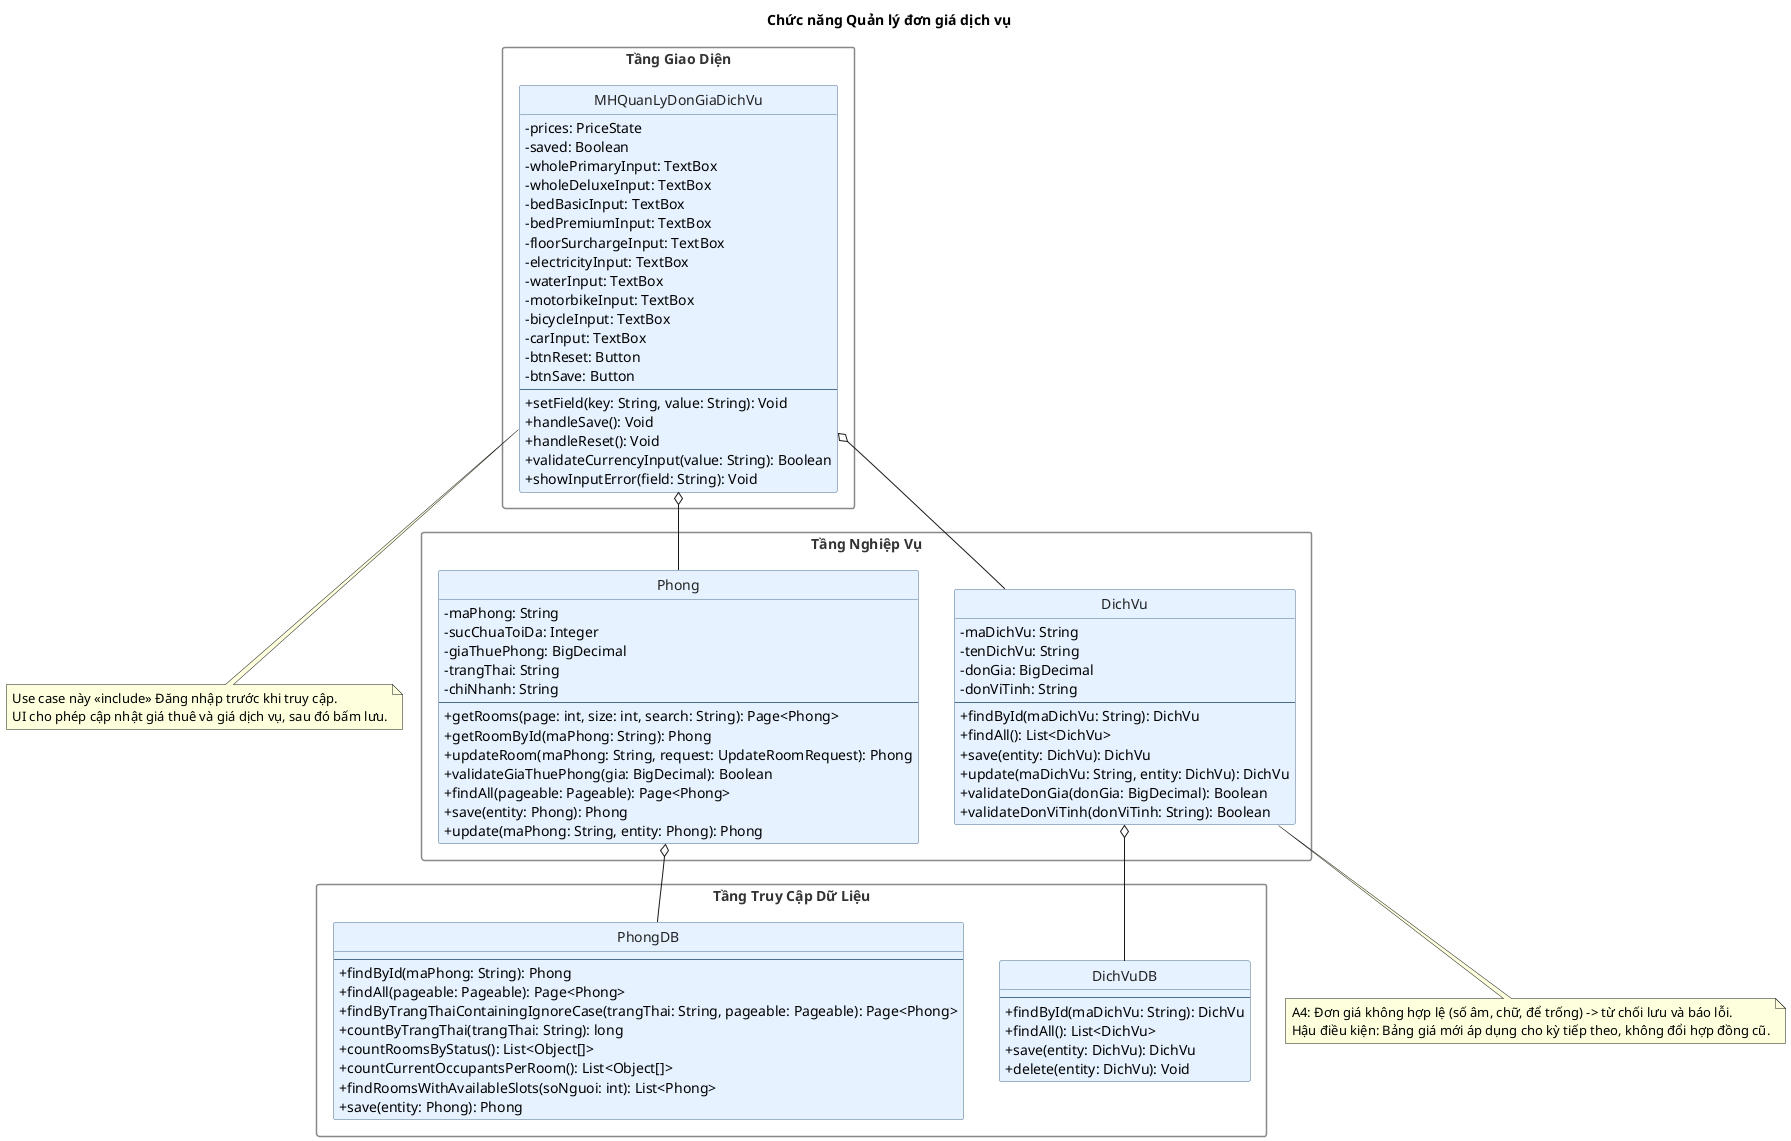
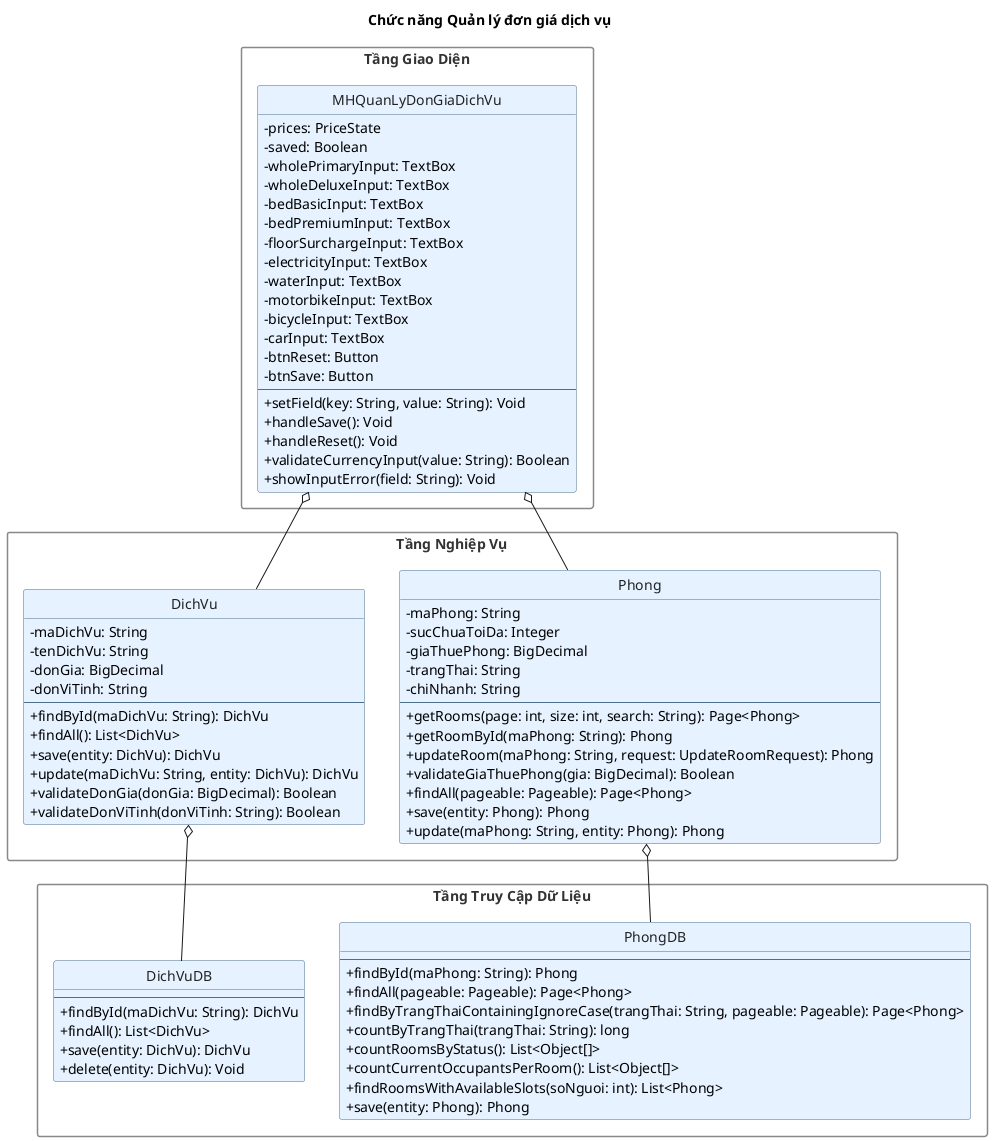
@startuml
title Chức năng Quản lý đơn giá dịch vụ

hide circle
skinparam shadowing false
skinparam classAttributeIconSize 0

skinparam class {
	BorderColor #4C6E8B
	BackgroundColor #E6F2FF
	FontColor #222222
}

skinparam package {
	BorderColor #888888
	FontColor #333333
	FontSize 14
	Style rectangle
}

' ================= TẦNG GIAO DIỆN =================
package "Tầng Giao Diện" as UI_Layer {
class MHQuanLyDonGiaDichVu {
	' Presentation (Settings.tsx - PriceTab)
	-prices: PriceState
	-saved: Boolean
	-wholePrimaryInput: TextBox
	-wholeDeluxeInput: TextBox
	-bedBasicInput: TextBox
	-bedPremiumInput: TextBox
	-floorSurchargeInput: TextBox
	-electricityInput: TextBox
	-waterInput: TextBox
	-motorbikeInput: TextBox
	-bicycleInput: TextBox
	-carInput: TextBox
	-btnReset: Button
	-btnSave: Button
	--
	+setField(key: String, value: String): Void
	+handleSave(): Void
	+handleReset(): Void
	+validateCurrencyInput(value: String): Boolean
	+showInputError(field: String): Void
}
}

' ================= TẦNG NGHIỆP VỤ =================
package "Tầng Nghiệp Vụ" as BLL_Layer {

class Phong {
	' Entity + Service (room rent pricing)
	-maPhong: String
	-sucChuaToiDa: Integer
	-giaThuePhong: BigDecimal
	-trangThai: String
	-chiNhanh: String
	--
	+getRooms(page: int, size: int, search: String): Page<Phong>
	+getRoomById(maPhong: String): Phong
	+updateRoom(maPhong: String, request: UpdateRoomRequest): Phong
	+validateGiaThuePhong(gia: BigDecimal): Boolean
	+findAll(pageable: Pageable): Page<Phong>
	+save(entity: Phong): Phong
	+update(maPhong: String, entity: Phong): Phong
}

class DichVu {
	' Entity + Service (service pricing)
	-maDichVu: String
	-tenDichVu: String
	-donGia: BigDecimal
	-donViTinh: String
	--
	+findById(maDichVu: String): DichVu
	+findAll(): List<DichVu>
	+save(entity: DichVu): DichVu
	+update(maDichVu: String, entity: DichVu): DichVu
	+validateDonGia(donGia: BigDecimal): Boolean
	+validateDonViTinh(donViTinh: String): Boolean
}
}

' ================= TẦNG TRUY CẬP DỮ LIỆU =================
package "Tầng Truy Cập Dữ Liệu" as DAL_Layer {

class PhongDB {
	' Repository (PhongRepository)
	--
	+findById(maPhong: String): Phong
	+findAll(pageable: Pageable): Page<Phong>
	+findByTrangThaiContainingIgnoreCase(trangThai: String, pageable: Pageable): Page<Phong>
	+countByTrangThai(trangThai: String): long
	+countRoomsByStatus(): List<Object[]>
	+countCurrentOccupantsPerRoom(): List<Object[]>
	+findRoomsWithAvailableSlots(soNguoi: int): List<Phong>
	+save(entity: Phong): Phong
}

class DichVuDB {
	' Repository (DichVuRepository)
	--
	+findById(maDichVu: String): DichVu
	+findAll(): List<DichVu>
	+save(entity: DichVu): DichVu
	+delete(entity: DichVu): Void
}
}

' ================= RELATIONSHIPS =================
' (Tầng Giao Diện -> Tầng Nghiệp Vụ)
MHQuanLyDonGiaDichVu o-- Phong
MHQuanLyDonGiaDichVu o-- DichVu

' (Tầng Nghiệp Vụ -> Tầng Truy Cập Dữ Liệu)
Phong o-- PhongDB
DichVu o-- DichVuDB

- note bottom of MHQuanLyDonGiaDichVu
- Use case này <<include>> Đăng nhập trước khi truy cập.
- UI cho phép cập nhật giá thuê và giá dịch vụ, sau đó bấm lưu.
- end note
- 
- note bottom of DichVu
- A4: Đơn giá không hợp lệ (số âm, chữ, để trống) -> từ chối lưu và báo lỗi.
- Hậu điều kiện: Bảng giá mới áp dụng cho kỳ tiếp theo, không đổi hợp đồng cũ.
- end note
- 
@enduml
